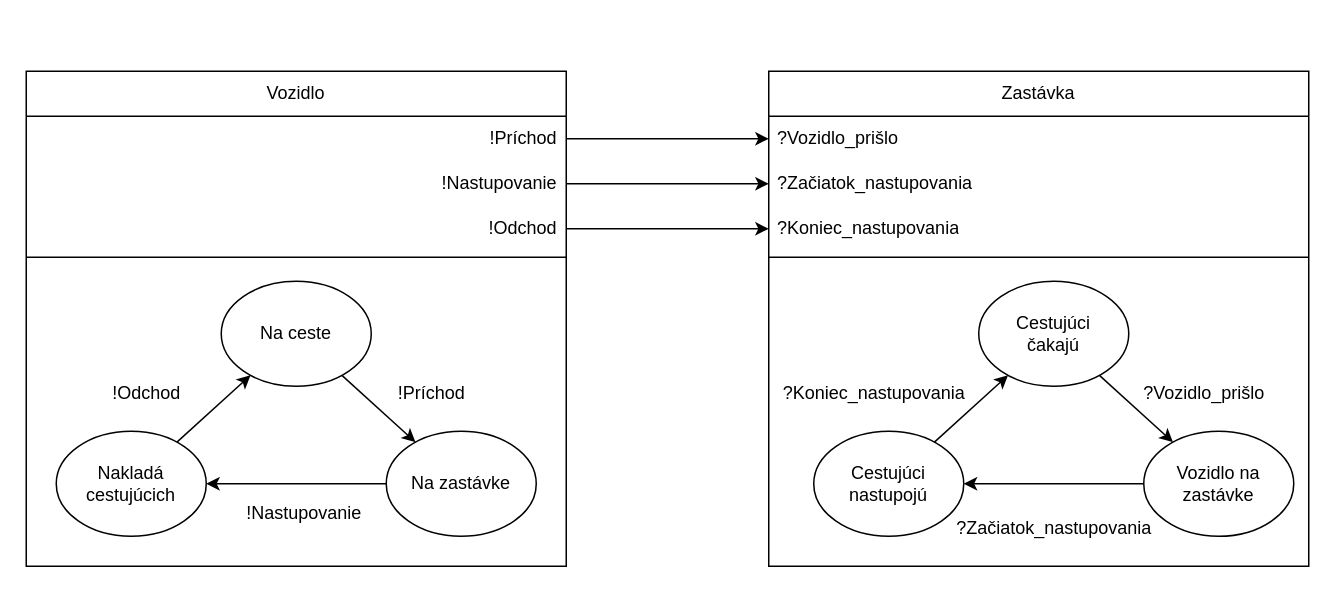
The draw.io diagram docs/assets/DEVS-sk.drawio in LukasKatona/bakalarka, before the edit. Source tidied: cells renumbered, new cells numbered last; positions are measured from the earlier drawing's top-left corner, leaving out a move shared by most shapes. Both pictures are drawn from the tidied source at 150%, with x=0, y=0 at pixel (26, 70).
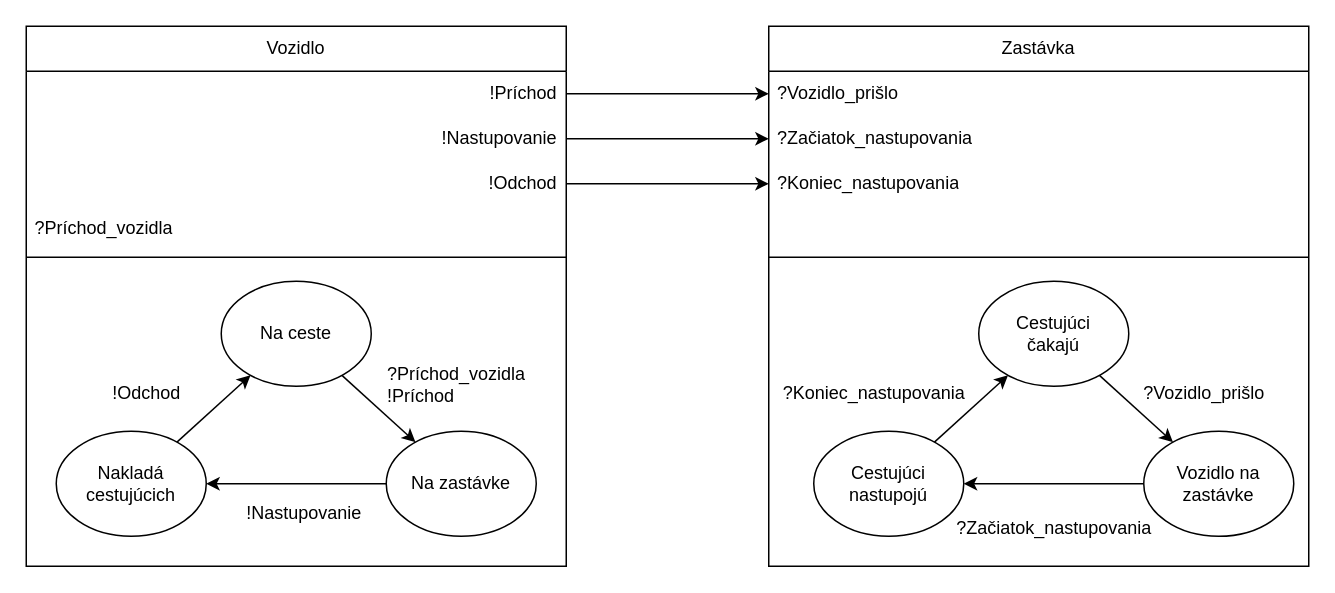
The same diagram, later.

Commit message (it also covers changes not shown here):
docs: finished DEVS

The edit, as a diff of the source:
```diff
@@
     <mxCell id="2" value="Vozidlo" style="swimlane;fontStyle=0;horizontal=1;startSize=30;whiteSpace=wrap;html=1;" parent="1" vertex="1">
-      <mxGeometry width="360" height="330" as="geometry" />
+      <mxGeometry y="-30" width="360" height="360" as="geometry" />
     </mxCell>
@@
+    <mxCell id="35" value="?Príchod_vozidla" style="text;strokeColor=none;fillColor=none;align=left;verticalAlign=middle;spacingLeft=4;spacingRight=4;overflow=hidden;whiteSpace=wrap;html=1;" parent="2" vertex="1">
+      <mxGeometry y="120" width="360" height="30" as="geometry" />
+    </mxCell>
     <mxCell id="6" style="line;strokeWidth=1;fillColor=none;align=left;verticalAlign=middle;spacingTop=-1;spacingLeft=3;spacingRight=3;labelPosition=right;strokeColor=inherit;" parent="2" vertex="1">
-      <mxGeometry y="120" width="360" height="8" as="geometry" />
+      <mxGeometry y="150" width="360" height="8" as="geometry" />
     </mxCell>
     <mxCell id="7" style="text;strokeColor=none;fillColor=none;align=left;verticalAlign=middle;spacingTop=-1;spacingLeft=4;spacingRight=4;labelPosition=right;" parent="2" vertex="1">
-      <mxGeometry y="128" width="360" height="202" as="geometry" />
+      <mxGeometry y="158" width="360" height="202" as="geometry" />
     </mxCell>
     <mxCell id="8" value="Zastávka" style="swimlane;fontStyle=0;horizontal=1;startSize=30;whiteSpace=wrap;html=1;" parent="1" vertex="1">
-      <mxGeometry x="495" width="360" height="330" as="geometry" />
+      <mxGeometry x="495" y="-30" width="360" height="360" as="geometry" />
     </mxCell>
@@
+    <mxCell id="36" value="&amp;nbsp; &amp;nbsp;" style="text;strokeColor=none;fillColor=none;align=left;verticalAlign=middle;spacingLeft=4;spacingRight=4;overflow=hidden;whiteSpace=wrap;html=1;" parent="8" vertex="1">
+      <mxGeometry y="120" width="360" height="30" as="geometry" />
+    </mxCell>
     <mxCell id="12" style="line;strokeWidth=1;fillColor=none;align=left;verticalAlign=middle;spacingTop=-1;spacingLeft=3;spacingRight=3;labelPosition=right;strokeColor=inherit;" parent="8" vertex="1">
-      <mxGeometry y="120" width="360" height="8" as="geometry" />
+      <mxGeometry y="150" width="360" height="8" as="geometry" />
     </mxCell>
     <mxCell id="13" style="text;strokeColor=none;fillColor=none;align=left;verticalAlign=middle;spacingTop=-1;spacingLeft=4;spacingRight=4;labelPosition=right;" parent="8" vertex="1">
-      <mxGeometry y="128" width="360" height="202" as="geometry" />
+      <mxGeometry y="158" width="360" height="202" as="geometry" />
     </mxCell>
@@
-    <mxCell id="30" value="!Príchod" style="text;html=1;align=center;verticalAlign=middle;strokeColor=none;fillColor=none;" parent="1" vertex="1">
-      <mxGeometry x="235" y="200" width="70" height="30" as="geometry" />
+    <mxCell id="30" value="&lt;div&gt;?Príchod_vozidla&lt;/div&gt;!Príchod" style="text;html=1;align=left;verticalAlign=middle;strokeColor=none;fillColor=none;" parent="1" vertex="1">
+      <mxGeometry x="239" y="189" width="120" height="40" as="geometry" />
     </mxCell>
```
